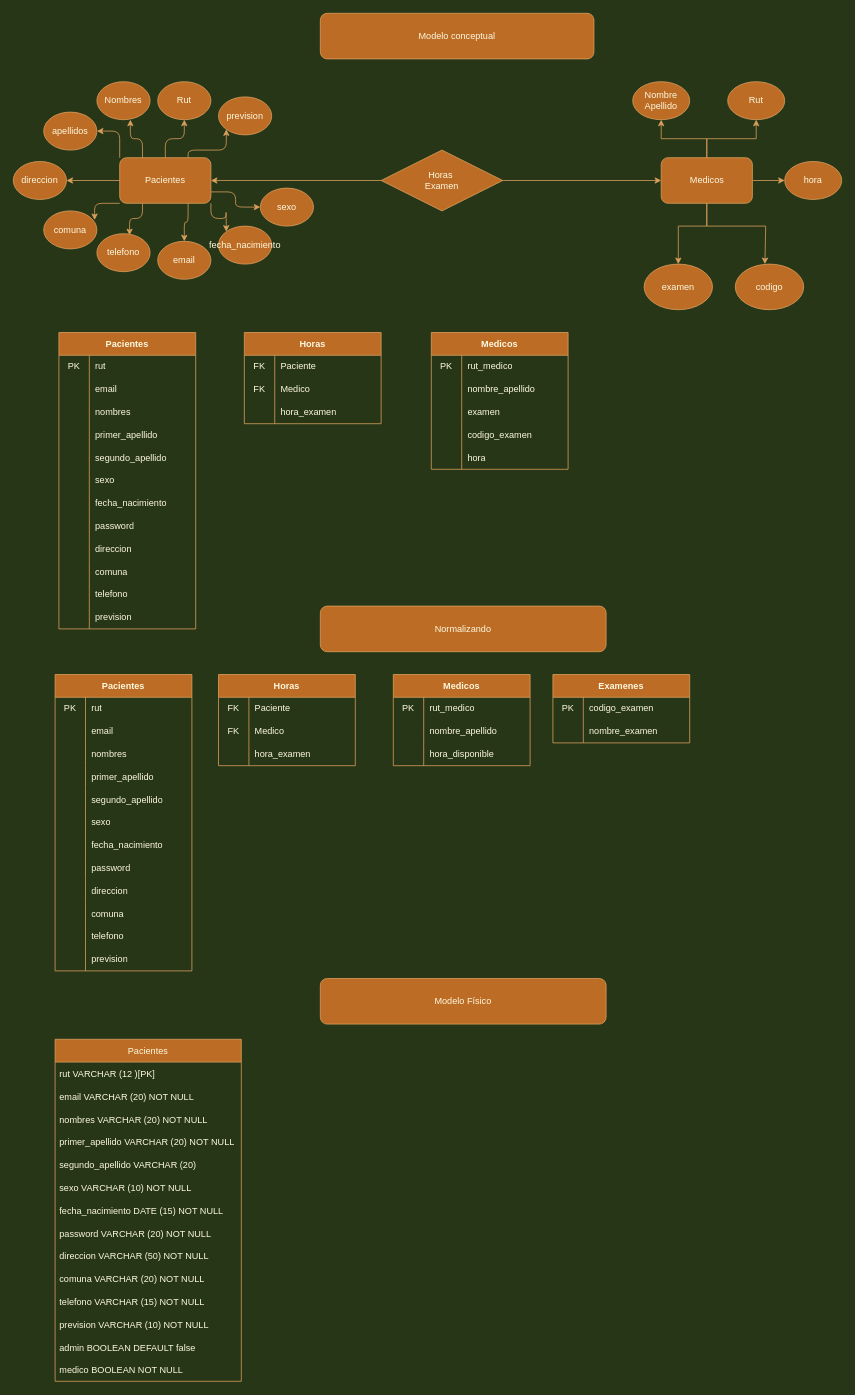
Above: Untitled Diagram.drawio in LinkCL001/Proyecto_Full_Stack_JavaScript (draw.io), before the change. Source tidied: cells renumbered, new cells numbered last; positions are measured from the earlier drawing's top-left corner, leaving out a move shared by most shapes. Both pictures are drawn from the tidied source at 76%, with x=0, y=0 at pixel (13, 13).
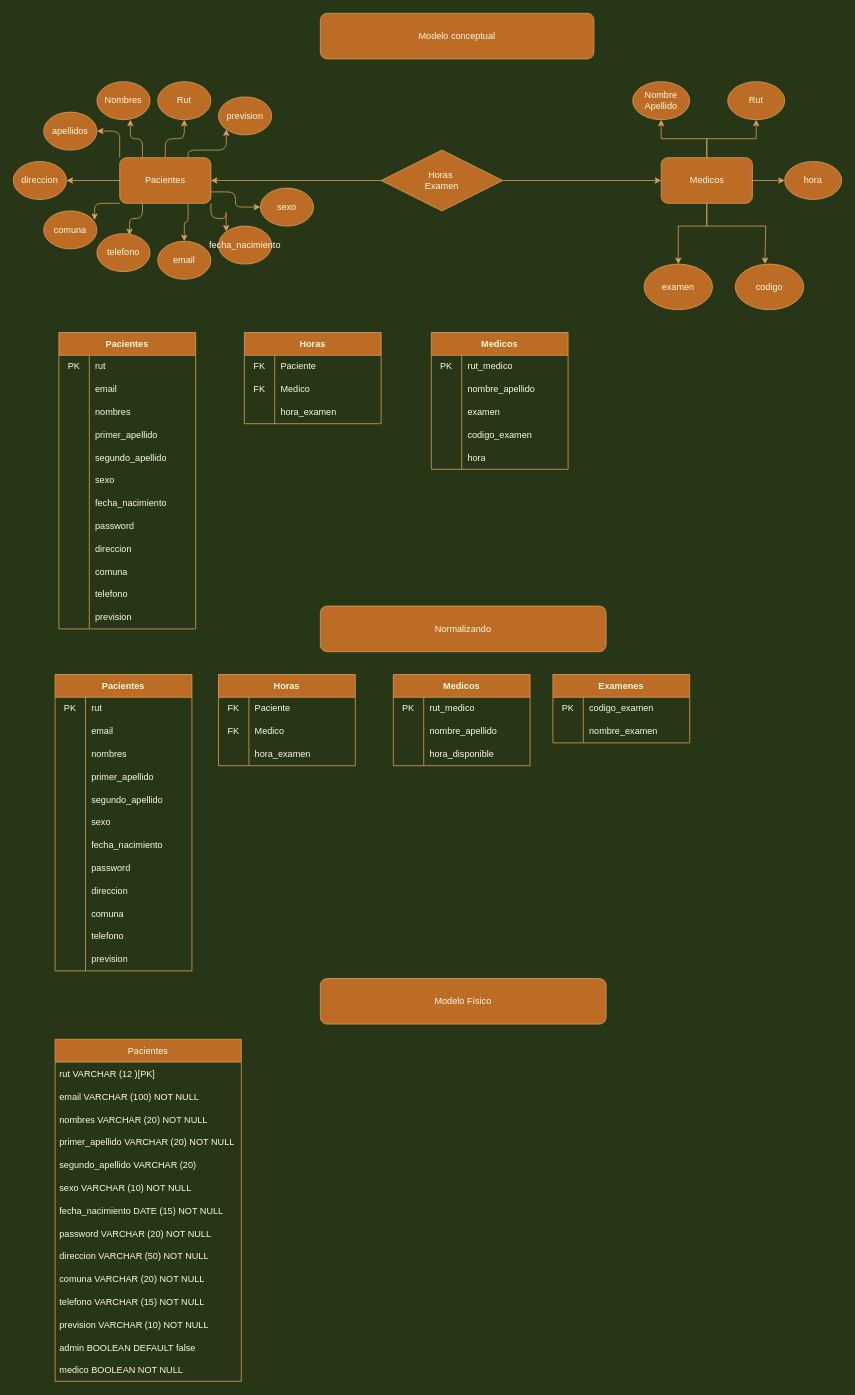
Above is the later version.

The change refers to these unchanged cells:
```xml
<mxCell id="166" value="Pacientes" style="swimlane;fontStyle=0;horizontal=1;startSize=30;fillColor=#BC6C25;strokeColor=#DDA15E;fontColor=#FEFAE0;" parent="1" vertex="1">
  <mxGeometry x="55" y="1350" width="245" height="450" as="geometry" />
</mxCell>
```

Diff of the diagram source:
```diff
@@
-    <mxCell id="168" value="email VARCHAR (20) NOT NULL" style="text;strokeColor=none;fillColor=none;align=left;verticalAlign=middle;spacingLeft=4;spacingRight=4;overflow=hidden;fontColor=#FEFAE0;" parent="166" vertex="1">
+    <mxCell id="168" value="email VARCHAR (100) NOT NULL" style="text;strokeColor=none;fillColor=none;align=left;verticalAlign=middle;spacingLeft=4;spacingRight=4;overflow=hidden;fontColor=#FEFAE0;" parent="166" vertex="1">
       <mxGeometry y="60" width="245" height="30" as="geometry" />
     </mxCell>
```
